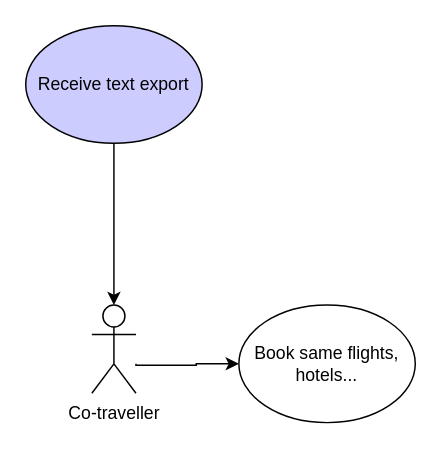
Earlier version of the draw.io diagram page "UC's Co-traveller" (4 of 5) of diagrams/raw/Road_Warrior_UseCases.drawio (Orry/CloudeneersArchKata2023). Source tidied: cells renumbered, new cells numbered last; positions are measured from the earlier drawing's top-left corner, leaving out a move shared by most shapes. Both pictures are drawn from the tidied source at 147%, with x=0, y=0 at pixel (25, 25).
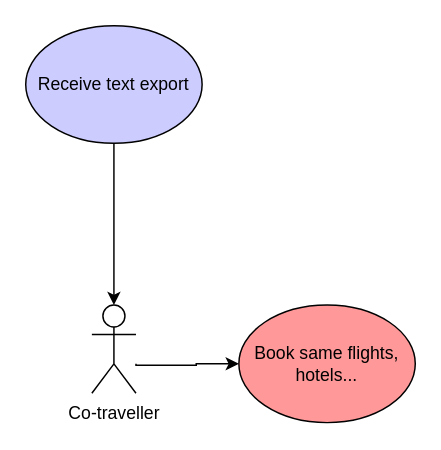
After the change.

Commit message (it also covers changes not shown here):
ARCH-KATA-200: Review Documentation - Update coloring

Diff of the diagram source:
```diff
@@
 <mxGraphModel>
   <root>
     <mxCell id="0" />
     <mxCell id="1" parent="0" />
     <mxCell id="2" style="edgeStyle=orthogonalEdgeStyle;rounded=0;jettySize=auto;html=1;entryX=0;entryY=0.5;entryDx=0;entryDy=0;" parent="1" edge="1" target="4">
       <mxGeometry relative="1" as="geometry">
         <mxPoint x="75" y="230" as="sourcePoint" />
         <Array as="points">
           <mxPoint x="75" y="231" />
           <mxPoint x="116" y="231" />
           <mxPoint x="116" y="230" />
         </Array>
       </mxGeometry>
     </mxCell>
     <mxCell id="3" value="Co-traveller" style="shape=umlActor;verticalLabelPosition=bottom;verticalAlign=top;html=1;outlineConnect=0;" parent="1" vertex="1">
       <mxGeometry x="45" y="190" width="30" height="60" as="geometry" />
     </mxCell>
-    <mxCell id="4" value="Book same flights, hotels..." style="ellipse;whiteSpace=wrap;html=1;" parent="1" vertex="1">
+    <mxCell id="4" value="Book same flights, hotels..." style="ellipse;whiteSpace=wrap;html=1;fillColor=#FF9999;" parent="1" vertex="1">
       <mxGeometry x="145" y="190" width="120" height="80" as="geometry" />
     </mxCell>
     <mxCell id="5" style="edgeStyle=orthogonalEdgeStyle;rounded=0;jettySize=auto;html=1;" parent="1" edge="1" source="6" target="3">
       <mxGeometry relative="1" as="geometry" />
     </mxCell>
     <mxCell id="6" value="Receive text export" style="ellipse;whiteSpace=wrap;html=1;fillColor=#CCCCFF;" parent="1" vertex="1">
       <mxGeometry width="120" height="80" as="geometry" />
     </mxCell>
   </root>
 </mxGraphModel>
```
